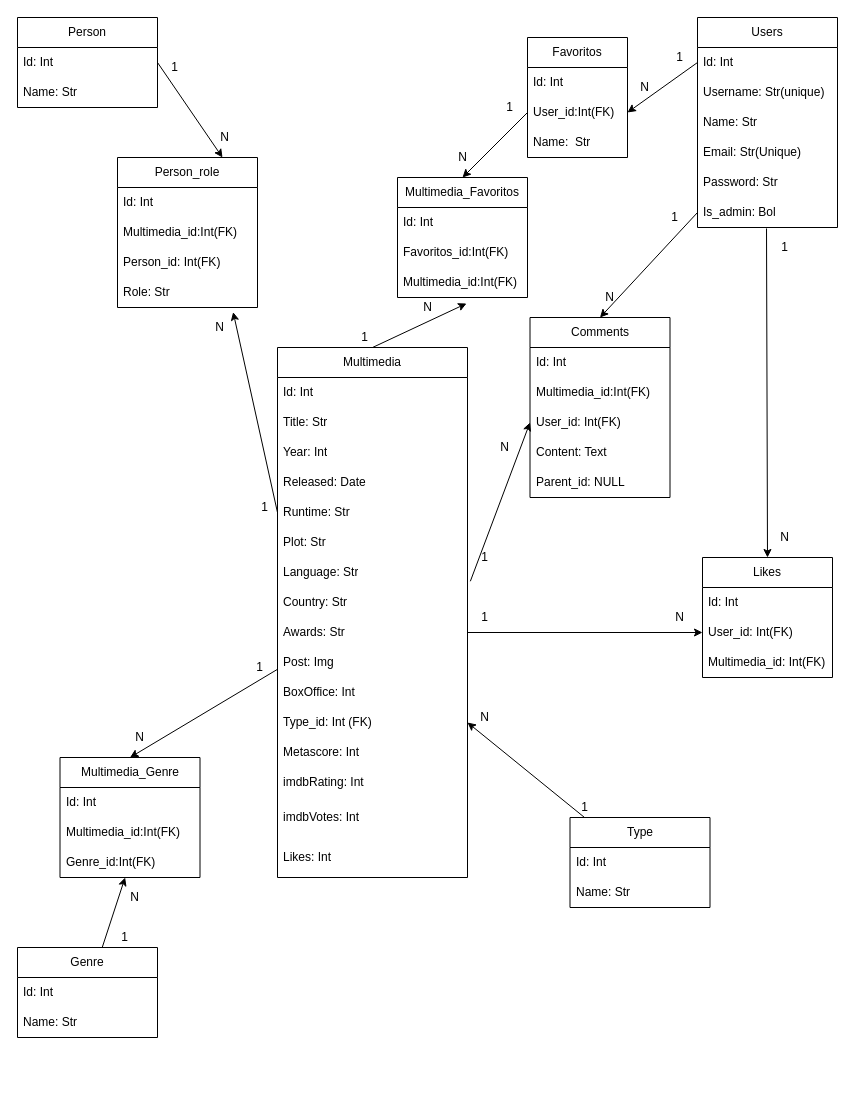
The draw.io diagram imdb.drawio in Dfernandes1997/MovieVerse, before the edit. Source tidied: cells renumbered, new cells numbered last; positions are measured from the earlier drawing's top-left corner, leaving out a move shared by most shapes. Both pictures are drawn from the tidied source at 100%, with x=0, y=0 at pixel (17, 17).
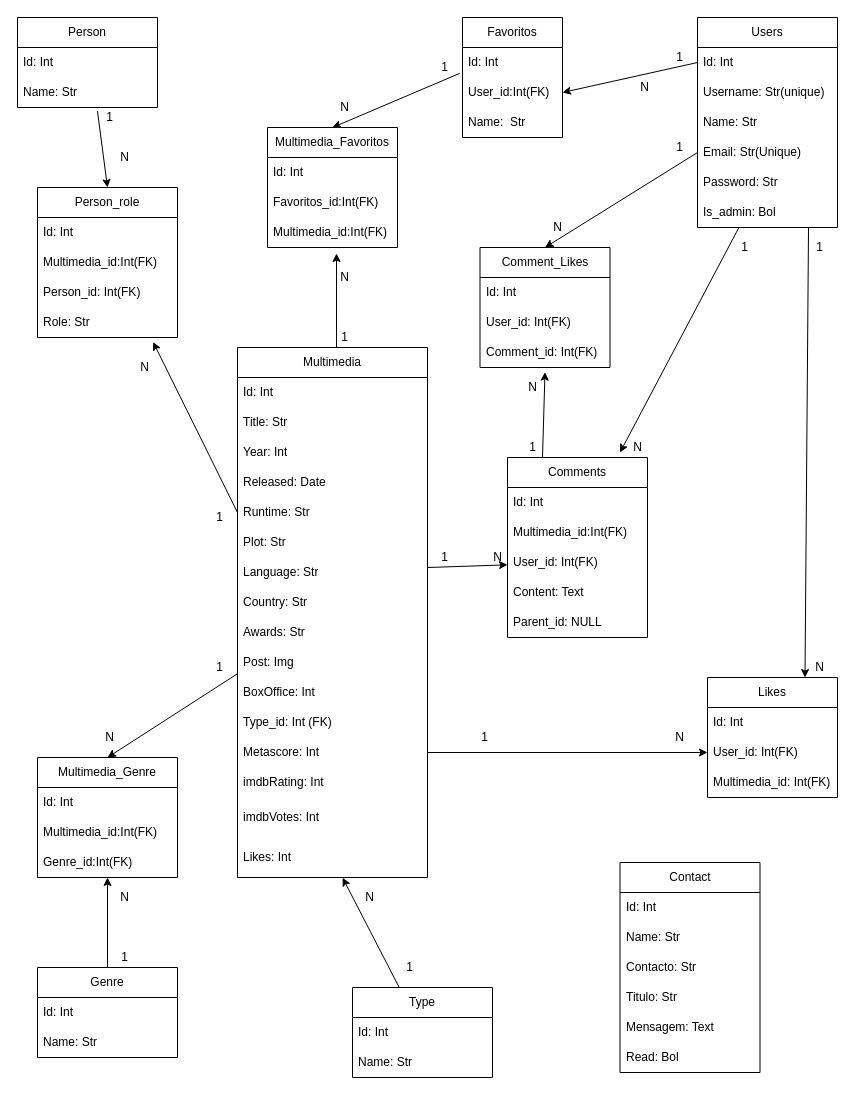
Above is the later version.

Unchanged cells that the change refers to:
```xml
<mxCell id="6" value="Email: Str(Unique)" style="text;strokeColor=none;fillColor=none;align=left;verticalAlign=middle;spacingLeft=4;spacingRight=4;overflow=hidden;points=[[0,0.5],[1,0.5]];portConstraint=eastwest;whiteSpace=wrap;html=1;" parent="2" vertex="1">
  <mxGeometry y="120" width="140" height="30" as="geometry" />
</mxCell>
<mxCell id="8" value="Is_admin: Bol" style="text;strokeColor=none;fillColor=none;align=left;verticalAlign=middle;spacingLeft=4;spacingRight=4;overflow=hidden;points=[[0,0.5],[1,0.5]];portConstraint=eastwest;whiteSpace=wrap;html=1;" parent="2" vertex="1">
  <mxGeometry y="180" width="140" height="30" as="geometry" />
</mxCell>
<mxCell id="11" value="Id: Int" style="text;strokeColor=none;fillColor=none;align=left;verticalAlign=middle;spacingLeft=4;spacingRight=4;overflow=hidden;points=[[0,0.5],[1,0.5]];portConstraint=eastwest;whiteSpace=wrap;html=1;rounded=0;sketch=0;" parent="10" vertex="1">
  <mxGeometry y="30" width="140" height="30" as="geometry" />
</mxCell>
<mxCell id="12" value="Name: Str" style="text;strokeColor=none;fillColor=none;align=left;verticalAlign=middle;spacingLeft=4;spacingRight=4;overflow=hidden;points=[[0,0.5],[1,0.5]];portConstraint=eastwest;whiteSpace=wrap;html=1;rounded=0;sketch=0;" parent="10" vertex="1">
  <mxGeometry y="60" width="140" height="30" as="geometry" />
</mxCell>
<mxCell id="44" value="User_id:Int(FK)" style="text;strokeColor=none;fillColor=none;align=left;verticalAlign=middle;spacingLeft=4;spacingRight=4;overflow=hidden;points=[[0,0.5],[1,0.5]];portConstraint=eastwest;whiteSpace=wrap;html=1;rounded=0;sketch=0;" parent="42" vertex="1">
  <mxGeometry y="60" width="100" height="30" as="geometry" />
</mxCell>
<mxCell id="49" value="Multimedia_id:Int(FK)" style="text;strokeColor=none;fillColor=none;align=left;verticalAlign=middle;spacingLeft=4;spacingRight=4;overflow=hidden;points=[[0,0.5],[1,0.5]];portConstraint=eastwest;whiteSpace=wrap;html=1;rounded=0;sketch=0;" parent="46" vertex="1">
  <mxGeometry y="90" width="130" height="30" as="geometry" />
</mxCell>
<mxCell id="61" value="User_id: Int(FK)" style="text;strokeColor=none;fillColor=none;align=left;verticalAlign=middle;spacingLeft=4;spacingRight=4;overflow=hidden;points=[[0,0.5],[1,0.5]];portConstraint=eastwest;whiteSpace=wrap;html=1;" parent="58" vertex="1">
  <mxGeometry y="90" width="140" height="30" as="geometry" />
</mxCell>
<mxCell id="78" value="Language: Str" style="text;strokeColor=none;fillColor=none;align=left;verticalAlign=middle;spacingLeft=4;spacingRight=4;overflow=hidden;points=[[0,0.5],[1,0.5]];portConstraint=eastwest;whiteSpace=wrap;html=1;rounded=0;sketch=0;" parent="71" vertex="1">
  <mxGeometry y="210" width="190" height="30" as="geometry" />
</mxCell>
<mxCell id="80" value="Awards: Str" style="text;strokeColor=none;fillColor=none;align=left;verticalAlign=middle;spacingLeft=4;spacingRight=4;overflow=hidden;points=[[0,0.5],[1,0.5]];portConstraint=eastwest;whiteSpace=wrap;html=1;rounded=0;sketch=0;" parent="71" vertex="1">
  <mxGeometry y="270" width="190" height="30" as="geometry" />
</mxCell>
<mxCell id="83" value="Type_id: Int (FK)" style="text;strokeColor=none;fillColor=none;align=left;verticalAlign=middle;spacingLeft=4;spacingRight=4;overflow=hidden;points=[[0,0.5],[1,0.5]];portConstraint=eastwest;whiteSpace=wrap;html=1;rounded=0;sketch=0;" parent="71" vertex="1">
  <mxGeometry y="360" width="190" height="30" as="geometry" />
</mxCell>
<mxCell id="84" value="Metascore: Int" style="text;strokeColor=none;fillColor=none;align=left;verticalAlign=middle;spacingLeft=4;spacingRight=4;overflow=hidden;points=[[0,0.5],[1,0.5]];portConstraint=eastwest;whiteSpace=wrap;html=1;rounded=0;sketch=0;" parent="71" vertex="1">
  <mxGeometry y="390" width="190" height="30" as="geometry" />
</mxCell>
<mxCell id="87" value="Likes: Int" style="text;strokeColor=none;fillColor=none;align=left;verticalAlign=middle;spacingLeft=4;spacingRight=4;overflow=hidden;points=[[0,0.5],[1,0.5]];portConstraint=eastwest;whiteSpace=wrap;html=1;rounded=0;sketch=0;" parent="71" vertex="1">
  <mxGeometry y="490" width="190" height="40" as="geometry" />
</mxCell>
<mxCell id="90" value="User_id: Int(FK)" style="text;strokeColor=none;fillColor=none;align=left;verticalAlign=middle;spacingLeft=4;spacingRight=4;overflow=hidden;points=[[0,0.5],[1,0.5]];portConstraint=eastwest;whiteSpace=wrap;html=1;rounded=0;sketch=0;" parent="88" vertex="1">
  <mxGeometry y="60" width="130" height="30" as="geometry" />
</mxCell>
```

Change to the diagram source:
```diff
@@
-    <mxCell id="9" style="edgeStyle=none;html=1;entryX=0.75;entryY=0;entryDx=0;entryDy=0;exitX=1;exitY=0.5;exitDx=0;exitDy=0;" parent="1" edge="1" source="11" target="14">
+    <mxCell id="9" style="edgeStyle=none;html=1;entryX=0.5;entryY=0;entryDx=0;entryDy=0;exitX=0.571;exitY=1.116;exitDx=0;exitDy=0;exitPerimeter=0;" parent="1" edge="1" source="12" target="14">
       <mxGeometry relative="1" as="geometry" />
     </mxCell>
@@
     <mxCell id="14" value="Person_role" style="swimlane;fontStyle=0;horizontal=1;startSize=30;whiteSpace=wrap;html=1;rounded=0;sketch=0;" parent="1" vertex="1">
-      <mxGeometry x="100" y="140" width="140" height="150" as="geometry" />
+      <mxGeometry x="20" y="170" width="140" height="150" as="geometry" />
     </mxCell>
@@
     <mxCell id="21" value="Genre" style="swimlane;fontStyle=0;horizontal=1;startSize=30;whiteSpace=wrap;html=1;rounded=0;sketch=0;" parent="1" vertex="1">
-      <mxGeometry y="930" width="140" height="90" as="geometry" />
+      <mxGeometry x="20" y="950" width="140" height="90" as="geometry" />
     </mxCell>
@@
     <mxCell id="24" value="Multimedia_Genre" style="swimlane;fontStyle=0;horizontal=1;startSize=30;whiteSpace=wrap;html=1;rounded=0;sketch=0;" parent="1" vertex="1">
-      <mxGeometry x="42.5" y="740" width="140" height="120" as="geometry" />
+      <mxGeometry x="20" y="740" width="140" height="120" as="geometry" />
     </mxCell>
@@
     <mxCell id="28" value="1" style="text;html=1;strokeColor=none;fillColor=none;align=center;verticalAlign=middle;whiteSpace=wrap;rounded=0;sketch=0;" parent="1" vertex="1">
-      <mxGeometry x="140" y="40" width="35" height="20" as="geometry" />
+      <mxGeometry x="75" y="90" width="35" height="20" as="geometry" />
     </mxCell>
     <mxCell id="29" value="N" style="text;html=1;strokeColor=none;fillColor=none;align=center;verticalAlign=middle;whiteSpace=wrap;rounded=0;sketch=0;" parent="1" vertex="1">
-      <mxGeometry x="190" y="110" width="35" height="20" as="geometry" />
+      <mxGeometry x="90" y="130" width="35" height="20" as="geometry" />
     </mxCell>
     <mxCell id="30" value="1" style="text;html=1;strokeColor=none;fillColor=none;align=center;verticalAlign=middle;whiteSpace=wrap;rounded=0;sketch=0;" parent="1" vertex="1">
-      <mxGeometry x="225" y="640" width="35" height="20" as="geometry" />
+      <mxGeometry x="185" y="640" width="35" height="20" as="geometry" />
     </mxCell>
     <mxCell id="31" value="1" style="text;html=1;strokeColor=none;fillColor=none;align=center;verticalAlign=middle;whiteSpace=wrap;rounded=0;sketch=0;" parent="1" vertex="1">
-      <mxGeometry x="90" y="910" width="35" height="20" as="geometry" />
+      <mxGeometry x="90" y="930" width="35" height="20" as="geometry" />
     </mxCell>
     <mxCell id="32" value="N" style="text;html=1;strokeColor=none;fillColor=none;align=center;verticalAlign=middle;whiteSpace=wrap;rounded=0;sketch=0;" parent="1" vertex="1">
-      <mxGeometry x="100" y="870" width="35" height="20" as="geometry" />
+      <mxGeometry x="90" y="870" width="35" height="20" as="geometry" />
     </mxCell>
     <mxCell id="33" value="N" style="text;html=1;strokeColor=none;fillColor=none;align=center;verticalAlign=middle;whiteSpace=wrap;rounded=0;sketch=0;" parent="1" vertex="1">
-      <mxGeometry x="105" y="710" width="35" height="20" as="geometry" />
+      <mxGeometry x="75" y="710" width="35" height="20" as="geometry" />
     </mxCell>
     <mxCell id="34" value="N" style="text;html=1;strokeColor=none;fillColor=none;align=center;verticalAlign=middle;whiteSpace=wrap;rounded=0;sketch=0;" parent="1" vertex="1">
-      <mxGeometry x="185" y="300" width="35" height="20" as="geometry" />
+      <mxGeometry x="110" y="340" width="35" height="20" as="geometry" />
     </mxCell>
-    <mxCell id="35" style="edgeStyle=none;html=1;entryX=1;entryY=0.5;entryDx=0;entryDy=0;" parent="1" edge="1" source="36" target="83">
+    <mxCell id="35" style="edgeStyle=none;html=1;entryX=0.553;entryY=1.006;entryDx=0;entryDy=0;entryPerimeter=0;" parent="1" edge="1" source="36" target="87">
       <mxGeometry relative="1" as="geometry" />
     </mxCell>
     <mxCell id="36" value="Type" style="swimlane;fontStyle=0;horizontal=1;startSize=30;whiteSpace=wrap;html=1;rounded=0;sketch=0;" parent="1" vertex="1">
-      <mxGeometry x="552.5" y="800" width="140" height="90" as="geometry" />
+      <mxGeometry x="335" y="970" width="140" height="90" as="geometry" />
     </mxCell>
@@
     <mxCell id="39" value="N" style="text;html=1;strokeColor=none;fillColor=none;align=center;verticalAlign=middle;whiteSpace=wrap;rounded=0;sketch=0;" parent="1" vertex="1">
-      <mxGeometry x="450" y="690" width="35" height="20" as="geometry" />
+      <mxGeometry x="335" y="870" width="35" height="20" as="geometry" />
     </mxCell>
     <mxCell id="40" value="1" style="text;html=1;strokeColor=none;fillColor=none;align=center;verticalAlign=middle;whiteSpace=wrap;rounded=0;sketch=0;" parent="1" vertex="1">
-      <mxGeometry x="550" y="780" width="35" height="20" as="geometry" />
+      <mxGeometry x="375" y="940" width="35" height="20" as="geometry" />
     </mxCell>
     <mxCell id="41" value="1" style="text;html=1;strokeColor=none;fillColor=none;align=center;verticalAlign=middle;whiteSpace=wrap;rounded=0;sketch=0;" parent="1" vertex="1">
-      <mxGeometry x="230" y="480" width="35" height="20" as="geometry" />
+      <mxGeometry x="185" y="490" width="35" height="20" as="geometry" />
     </mxCell>
     <mxCell id="42" value="Favoritos" style="swimlane;fontStyle=0;horizontal=1;startSize=30;whiteSpace=wrap;html=1;rounded=0;sketch=0;" parent="1" vertex="1">
-      <mxGeometry x="510" y="20" width="100" height="120" as="geometry" />
+      <mxGeometry x="445" width="100" height="120" as="geometry" />
     </mxCell>
@@
     <mxCell id="46" value="Multimedia_Favoritos" style="swimlane;fontStyle=0;horizontal=1;startSize=30;whiteSpace=wrap;html=1;rounded=0;sketch=0;" parent="1" vertex="1">
-      <mxGeometry x="380" y="160" width="130" height="120" as="geometry" />
+      <mxGeometry x="250" y="110" width="130" height="120" as="geometry" />
     </mxCell>
@@
-    <mxCell id="53" style="edgeStyle=none;html=1;exitX=0.5;exitY=0;exitDx=0;exitDy=0;entryX=0.531;entryY=1.2;entryDx=0;entryDy=0;entryPerimeter=0;" parent="1" edge="1" source="71" target="49">
-      <mxGeometry relative="1" as="geometry" />
+    <mxCell id="53" style="edgeStyle=none;html=1;entryX=0.531;entryY=1.2;entryDx=0;entryDy=0;entryPerimeter=0;" parent="1" edge="1" target="49">
+      <mxGeometry relative="1" as="geometry">
+        <mxPoint x="319" y="330" as="sourcePoint" />
+      </mxGeometry>
     </mxCell>
-    <mxCell id="54" style="edgeStyle=none;html=1;exitX=0;exitY=0.5;exitDx=0;exitDy=0;entryX=0.5;entryY=0;entryDx=0;entryDy=0;" parent="1" edge="1" source="44" target="46">
+    <mxCell id="54" style="edgeStyle=none;html=1;exitX=-0.027;exitY=-0.139;exitDx=0;exitDy=0;entryX=0.5;entryY=0;entryDx=0;entryDy=0;exitPerimeter=0;" parent="1" edge="1" source="44" target="46">
       <mxGeometry relative="1" as="geometry" />
     </mxCell>
     <mxCell id="55" value="1" style="text;html=1;strokeColor=none;fillColor=none;align=center;verticalAlign=middle;whiteSpace=wrap;rounded=0;sketch=0;" parent="1" vertex="1">
-      <mxGeometry x="330" y="310" width="35" height="20" as="geometry" />
+      <mxGeometry x="310" y="310" width="35" height="20" as="geometry" />
     </mxCell>
     <mxCell id="56" value="1" style="text;html=1;strokeColor=none;fillColor=none;align=center;verticalAlign=middle;whiteSpace=wrap;rounded=0;sketch=0;" parent="1" vertex="1">
-      <mxGeometry x="475" y="80" width="35" height="20" as="geometry" />
+      <mxGeometry x="410" y="40" width="35" height="20" as="geometry" />
     </mxCell>
-    <mxCell id="57" value="N" style="text;html=1;strokeColor=none;fillColor=none;align=center;verticalAlign=middle;whiteSpace=wrap;rounded=0;sketch=0;" parent="1" vertex="1">
-      <mxGeometry x="427.5" y="130" width="35" height="20" as="geometry" />
-    </mxCell>
+    <mxCell id="98" style="edgeStyle=none;html=1;entryX=0;entryY=0.75;entryDx=0;entryDy=0;exitX=0.295;exitY=1.008;exitDx=0;exitDy=0;exitPerimeter=0;" parent="1" edge="1" source="8" target="107">
+      <mxGeometry relative="1" as="geometry" />
+    </mxCell>
     <mxCell id="58" value="Comments" style="swimlane;fontStyle=0;horizontal=1;startSize=30;whiteSpace=wrap;html=1;rounded=0;" parent="1" vertex="1">
-      <mxGeometry x="512.5" y="300" width="140" height="180" as="geometry" />
+      <mxGeometry x="490" y="440" width="140" height="180" as="geometry" />
     </mxCell>
@@
-    <mxCell id="64" style="edgeStyle=none;html=1;exitX=1.015;exitY=0.792;exitDx=0;exitDy=0;entryX=0;entryY=0.5;entryDx=0;entryDy=0;exitPerimeter=0;" parent="1" edge="1" source="78" target="61">
-      <mxGeometry relative="1" as="geometry" />
+    <mxCell id="64" style="edgeStyle=none;html=1;" parent="1" edge="1" target="61">
+      <mxGeometry relative="1" as="geometry">
+        <mxPoint x="410" y="550" as="sourcePoint" />
+      </mxGeometry>
     </mxCell>
     <mxCell id="65" value="1" style="text;html=1;strokeColor=none;fillColor=none;align=center;verticalAlign=middle;whiteSpace=wrap;rounded=0;sketch=0;" parent="1" vertex="1">
-      <mxGeometry x="450" y="530" width="35" height="20" as="geometry" />
+      <mxGeometry x="410" y="530" width="35" height="20" as="geometry" />
     </mxCell>
-    <mxCell id="66" style="edgeStyle=none;html=1;exitX=0;exitY=0.5;exitDx=0;exitDy=0;entryX=0.5;entryY=0;entryDx=0;entryDy=0;" parent="1" edge="1" source="8" target="58">
+    <mxCell id="66" style="edgeStyle=none;html=1;exitX=0;exitY=0.5;exitDx=0;exitDy=0;entryX=0.5;entryY=0;entryDx=0;entryDy=0;" parent="1" edge="1" source="6" target="100">
       <mxGeometry relative="1" as="geometry" />
     </mxCell>
     <mxCell id="67" value="1" style="text;html=1;strokeColor=none;fillColor=none;align=center;verticalAlign=middle;whiteSpace=wrap;rounded=0;sketch=0;" parent="1" vertex="1">
-      <mxGeometry x="640" y="190" width="35" height="20" as="geometry" />
+      <mxGeometry x="645" y="120" width="35" height="20" as="geometry" />
     </mxCell>
     <mxCell id="68" value="N" style="text;html=1;strokeColor=none;fillColor=none;align=center;verticalAlign=middle;whiteSpace=wrap;rounded=0;sketch=0;" parent="1" vertex="1">
-      <mxGeometry x="575" y="270" width="35" height="20" as="geometry" />
+      <mxGeometry x="522.5" y="200" width="35" height="20" as="geometry" />
     </mxCell>
     <mxCell id="69" value="N" style="text;html=1;strokeColor=none;fillColor=none;align=center;verticalAlign=middle;whiteSpace=wrap;rounded=0;sketch=0;" parent="1" vertex="1">
-      <mxGeometry x="470" y="420" width="35" height="20" as="geometry" />
+      <mxGeometry x="462.5" y="530" width="35" height="20" as="geometry" />
     </mxCell>
     <mxCell id="70" value="N" style="text;html=1;strokeColor=none;fillColor=none;align=center;verticalAlign=middle;whiteSpace=wrap;rounded=0;sketch=0;" parent="1" vertex="1">
-      <mxGeometry x="392.5" y="280" width="35" height="20" as="geometry" />
+      <mxGeometry x="310" y="250" width="35" height="20" as="geometry" />
     </mxCell>
     <mxCell id="71" value="Multimedia" style="swimlane;fontStyle=0;horizontal=1;startSize=30;whiteSpace=wrap;html=1;rounded=0;sketch=0;" parent="1" vertex="1">
-      <mxGeometry x="260" y="330" width="190" height="530" as="geometry" />
+      <mxGeometry x="220" y="330" width="190" height="530" as="geometry" />
     </mxCell>
@@
     <mxCell id="88" value="Likes" style="swimlane;fontStyle=0;horizontal=1;startSize=30;whiteSpace=wrap;html=1;rounded=0;sketch=0;" parent="1" vertex="1">
-      <mxGeometry x="685" y="540" width="130" height="120" as="geometry" />
+      <mxGeometry x="690" y="660" width="130" height="120" as="geometry" />
     </mxCell>
@@
-    <mxCell id="92" style="edgeStyle=none;html=1;exitX=1;exitY=0.5;exitDx=0;exitDy=0;entryX=0;entryY=0.5;entryDx=0;entryDy=0;" parent="1" edge="1" source="80" target="90">
+    <mxCell id="92" style="edgeStyle=none;html=1;exitX=1;exitY=0.5;exitDx=0;exitDy=0;entryX=0;entryY=0.5;entryDx=0;entryDy=0;" parent="1" edge="1" source="84" target="90">
       <mxGeometry relative="1" as="geometry" />
     </mxCell>
-    <mxCell id="93" style="edgeStyle=none;html=1;exitX=0.493;exitY=1.033;exitDx=0;exitDy=0;entryX=0.5;entryY=0;entryDx=0;entryDy=0;exitPerimeter=0;" parent="1" edge="1" source="8" target="88">
+    <mxCell id="93" style="edgeStyle=none;html=1;exitX=0.793;exitY=1;exitDx=0;exitDy=0;entryX=0.75;entryY=0;entryDx=0;entryDy=0;exitPerimeter=0;" parent="1" edge="1" source="8" target="88">
       <mxGeometry relative="1" as="geometry" />
     </mxCell>
     <mxCell id="94" value="1" style="text;html=1;strokeColor=none;fillColor=none;align=center;verticalAlign=middle;whiteSpace=wrap;rounded=0;sketch=0;" parent="1" vertex="1">
-      <mxGeometry x="750" y="220" width="35" height="20" as="geometry" />
+      <mxGeometry x="785" y="220" width="35" height="20" as="geometry" />
     </mxCell>
     <mxCell id="95" value="1" style="text;html=1;strokeColor=none;fillColor=none;align=center;verticalAlign=middle;whiteSpace=wrap;rounded=0;sketch=0;" parent="1" vertex="1">
-      <mxGeometry x="450" y="590" width="35" height="20" as="geometry" />
+      <mxGeometry x="450" y="710" width="35" height="20" as="geometry" />
     </mxCell>
     <mxCell id="96" value="N" style="text;html=1;strokeColor=none;fillColor=none;align=center;verticalAlign=middle;whiteSpace=wrap;rounded=0;sketch=0;" parent="1" vertex="1">
-      <mxGeometry x="645" y="590" width="35" height="20" as="geometry" />
+      <mxGeometry x="645" y="710" width="35" height="20" as="geometry" />
     </mxCell>
     <mxCell id="97" value="N" style="text;html=1;strokeColor=none;fillColor=none;align=center;verticalAlign=middle;whiteSpace=wrap;rounded=0;sketch=0;" parent="1" vertex="1">
-      <mxGeometry x="750" y="510" width="35" height="20" as="geometry" />
+      <mxGeometry x="785" y="640" width="35" height="20" as="geometry" />
     </mxCell>
+    <mxCell id="99" value="N" style="text;html=1;strokeColor=none;fillColor=none;align=center;verticalAlign=middle;whiteSpace=wrap;rounded=0;sketch=0;" parent="1" vertex="1">
+      <mxGeometry x="310" y="80" width="35" height="20" as="geometry" />
+    </mxCell>
+    <mxCell id="100" value="Comment_Likes" style="swimlane;fontStyle=0;horizontal=1;startSize=30;whiteSpace=wrap;html=1;rounded=0;sketch=0;" parent="1" vertex="1">
+      <mxGeometry x="462.5" y="230" width="130" height="120" as="geometry" />
+    </mxCell>
+    <mxCell id="101" value="Id: Int" style="text;strokeColor=none;fillColor=none;align=left;verticalAlign=middle;spacingLeft=4;spacingRight=4;overflow=hidden;whiteSpace=wrap;html=1;rounded=0;sketch=0;" parent="100" vertex="1">
+      <mxGeometry y="30" width="130" height="30" as="geometry" />
+    </mxCell>
+    <mxCell id="102" value="User_id: Int(FK)" style="text;strokeColor=none;fillColor=none;align=left;verticalAlign=middle;spacingLeft=4;spacingRight=4;overflow=hidden;whiteSpace=wrap;html=1;rounded=0;sketch=0;" parent="100" vertex="1">
+      <mxGeometry y="60" width="130" height="30" as="geometry" />
+    </mxCell>
+    <mxCell id="103" value="Comment_id: Int(FK)" style="text;strokeColor=none;fillColor=none;align=left;verticalAlign=middle;spacingLeft=4;spacingRight=4;overflow=hidden;points=[[0,0.5],[1,0.5]];portConstraint=eastwest;whiteSpace=wrap;html=1;rounded=0;sketch=0;" parent="100" vertex="1">
+      <mxGeometry y="90" width="130" height="30" as="geometry" />
+    </mxCell>
+    <mxCell id="104" style="edgeStyle=none;html=1;exitX=0.25;exitY=0;exitDx=0;exitDy=0;entryX=0.5;entryY=1.155;entryDx=0;entryDy=0;entryPerimeter=0;" parent="1" edge="1" source="58" target="103">
+      <mxGeometry relative="1" as="geometry" />
+    </mxCell>
+    <mxCell id="105" value="1" style="text;html=1;strokeColor=none;fillColor=none;align=center;verticalAlign=middle;whiteSpace=wrap;rounded=0;sketch=0;" parent="1" vertex="1">
+      <mxGeometry x="497.5" y="420" width="35" height="20" as="geometry" />
+    </mxCell>
+    <mxCell id="106" value="N" style="text;html=1;strokeColor=none;fillColor=none;align=center;verticalAlign=middle;whiteSpace=wrap;rounded=0;sketch=0;" parent="1" vertex="1">
+      <mxGeometry x="497.5" y="360" width="35" height="20" as="geometry" />
+    </mxCell>
+    <mxCell id="107" value="N" style="text;html=1;strokeColor=none;fillColor=none;align=center;verticalAlign=middle;whiteSpace=wrap;rounded=0;sketch=0;" parent="1" vertex="1">
+      <mxGeometry x="602.5" y="420" width="35" height="20" as="geometry" />
+    </mxCell>
+    <mxCell id="108" value="1" style="text;html=1;strokeColor=none;fillColor=none;align=center;verticalAlign=middle;whiteSpace=wrap;rounded=0;sketch=0;" parent="1" vertex="1">
+      <mxGeometry x="710" y="220" width="35" height="20" as="geometry" />
+    </mxCell>
+    <mxCell id="109" value="Contact" style="swimlane;fontStyle=0;horizontal=1;startSize=30;whiteSpace=wrap;html=1;rounded=0;" parent="1" vertex="1">
+      <mxGeometry x="602.5" y="845" width="140" height="210" as="geometry" />
+    </mxCell>
+    <mxCell id="110" value="Id: Int" style="text;strokeColor=none;fillColor=none;align=left;verticalAlign=middle;spacingLeft=4;spacingRight=4;overflow=hidden;whiteSpace=wrap;html=1;" parent="109" vertex="1">
+      <mxGeometry y="30" width="140" height="30" as="geometry" />
+    </mxCell>
+    <mxCell id="111" value="Name: Str" style="text;strokeColor=none;fillColor=none;align=left;verticalAlign=middle;spacingLeft=4;spacingRight=4;overflow=hidden;whiteSpace=wrap;html=1;" parent="109" vertex="1">
+      <mxGeometry y="60" width="140" height="30" as="geometry" />
+    </mxCell>
+    <mxCell id="112" value="Contacto: Str" style="text;strokeColor=none;fillColor=none;align=left;verticalAlign=middle;spacingLeft=4;spacingRight=4;overflow=hidden;whiteSpace=wrap;html=1;" parent="109" vertex="1">
+      <mxGeometry y="90" width="140" height="30" as="geometry" />
+    </mxCell>
+    <mxCell id="113" value="Titulo: Str" style="text;strokeColor=none;fillColor=none;align=left;verticalAlign=middle;spacingLeft=4;spacingRight=4;overflow=hidden;whiteSpace=wrap;html=1;" parent="109" vertex="1">
+      <mxGeometry y="120" width="140" height="30" as="geometry" />
+    </mxCell>
+    <mxCell id="114" value="Mensagem: Text" style="text;strokeColor=none;fillColor=none;align=left;verticalAlign=middle;spacingLeft=4;spacingRight=4;overflow=hidden;whiteSpace=wrap;html=1;" parent="109" vertex="1">
+      <mxGeometry y="150" width="140" height="30" as="geometry" />
+    </mxCell>
+    <mxCell id="115" value="Read: Bol" style="text;strokeColor=none;fillColor=none;align=left;verticalAlign=middle;spacingLeft=4;spacingRight=4;overflow=hidden;whiteSpace=wrap;html=1;" parent="109" vertex="1">
+      <mxGeometry y="180" width="140" height="30" as="geometry" />
+    </mxCell>
```
